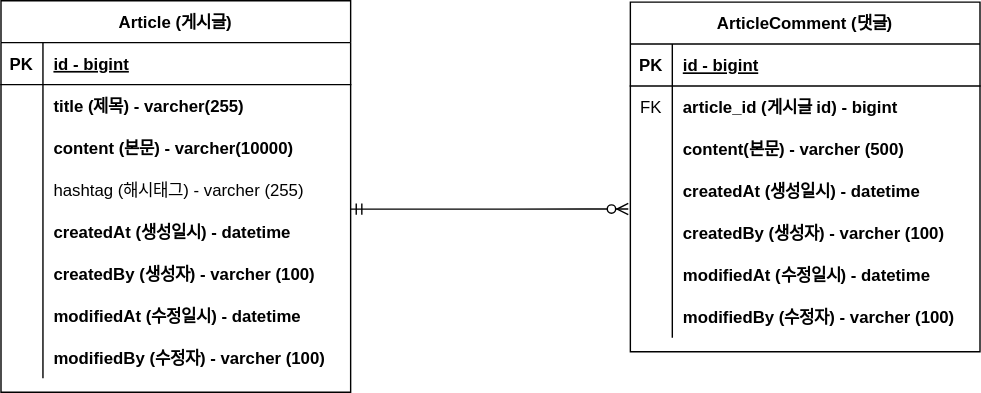
The draw.io diagram document/project-board-erd.svg in dooyong2/solo-project-board, before a commit. Source tidied: cells renumbered, new cells last; positions are measured from the earlier drawing's top-left corner, leaving out a move shared by most shapes.
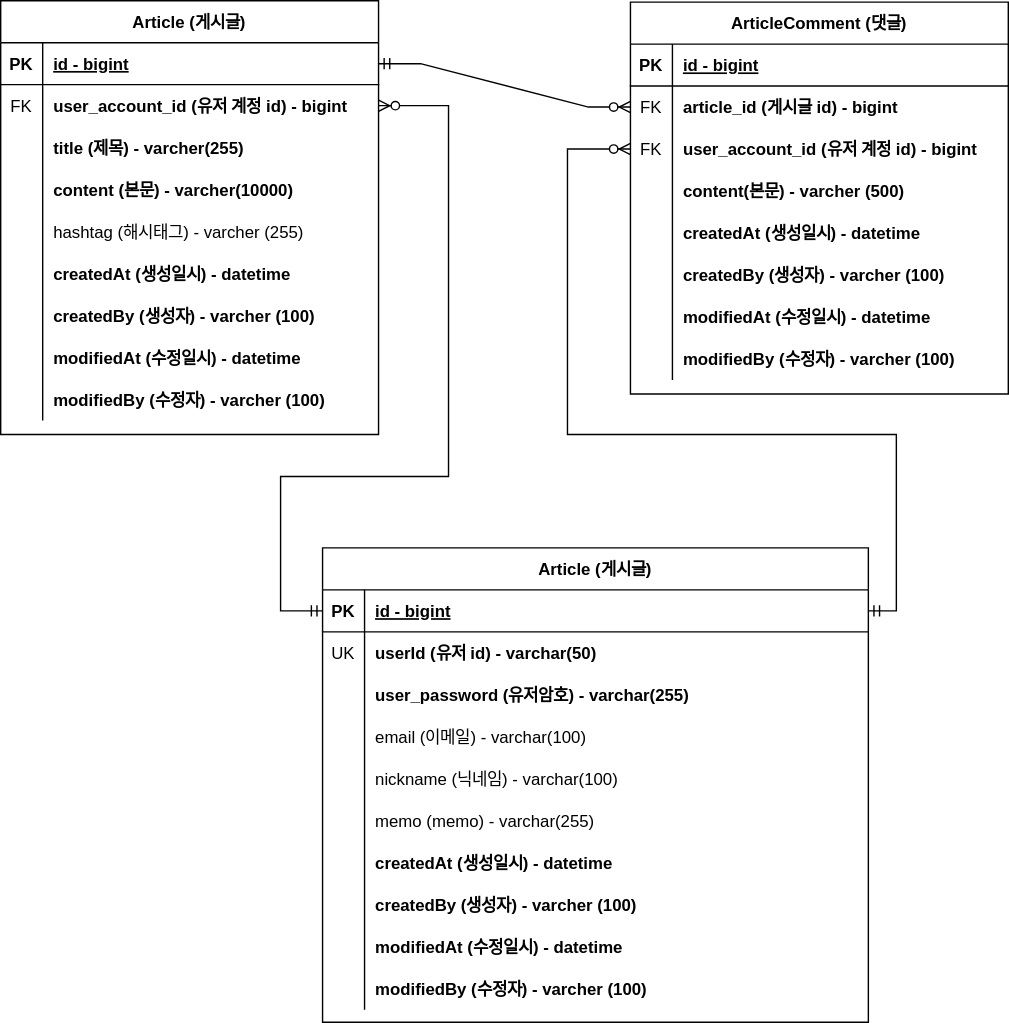
After the change.

The edit, as a diff of the source:
```diff
@@ -5,6 +5,6 @@
     <mxCell id="2" value="Article (게시글)" style="shape=table;startSize=30;rowLines=0;fontStyle=1;align=center;" parent="1" vertex="1">
-      <mxGeometry width="250" height="280" as="geometry" />
+      <mxGeometry width="270" height="310" as="geometry" />
     </mxCell>
     <mxCell id="3" style="shape=partialRectangle;fillColor=none;points=[[0,0.5],[1,0.5]];portConstraint=eastwest;top=0;left=0;right=0;bottom=1;" parent="2" vertex="1">
-      <mxGeometry y="30" width="250" height="30" as="geometry" />
+      <mxGeometry y="30" width="270" height="30" as="geometry" />
     </mxCell>
@@ -14,15 +14,24 @@
     <mxCell id="5" value="id - bigint" style="shape=partialRectangle;overflow=hidden;fillColor=none;top=0;left=0;bottom=0;right=0;align=left;spacingLeft=6;fontStyle=5;" parent="3" vertex="1">
-      <mxGeometry x="30" width="220" height="30" as="geometry" />
+      <mxGeometry x="30" width="240" height="30" as="geometry" />
     </mxCell>
     <mxCell id="6" style="shape=partialRectangle;fillColor=none;points=[[0,0.5],[1,0.5]];portConstraint=eastwest;top=0;left=0;right=0;bottom=0;" parent="2" vertex="1">
-      <mxGeometry y="60" width="250" height="30" as="geometry" />
+      <mxGeometry y="60" width="270" height="30" as="geometry" />
     </mxCell>
-    <mxCell id="7" style="shape=partialRectangle;overflow=hidden;fillColor=none;top=0;left=0;bottom=0;right=0;" parent="6" vertex="1">
+    <mxCell id="7" value="FK" style="shape=partialRectangle;overflow=hidden;fillColor=none;top=0;left=0;bottom=0;right=0;" parent="6" vertex="1">
       <mxGeometry width="30" height="30" as="geometry" />
     </mxCell>
-    <mxCell id="8" value="title (제목) - varcher(255)" style="shape=partialRectangle;overflow=hidden;fillColor=none;top=0;left=0;bottom=0;right=0;align=left;spacingLeft=6;fontStyle=1;" parent="6" vertex="1">
-      <mxGeometry x="30" width="220" height="30" as="geometry" />
+    <mxCell id="8" value="user_account_id (유저 계정 id) - bigint" style="shape=partialRectangle;overflow=hidden;fillColor=none;top=0;left=0;bottom=0;right=0;align=left;spacingLeft=6;fontStyle=1;" parent="6" vertex="1">
+      <mxGeometry x="30" width="240" height="30" as="geometry" />
     </mxCell>
+    <mxCell id="50" style="shape=partialRectangle;fillColor=none;top=0;left=0;right=0;bottom=0;" parent="2" vertex="1">
+      <mxGeometry y="90" width="270" height="30" as="geometry" />
+    </mxCell>
+    <mxCell id="51" style="shape=partialRectangle;overflow=hidden;fillColor=none;top=0;left=0;bottom=0;right=0;" parent="50" vertex="1">
+      <mxGeometry width="30" height="30" as="geometry" />
+    </mxCell>
+    <mxCell id="52" value="title (제목) - varcher(255)" style="shape=partialRectangle;overflow=hidden;fillColor=none;top=0;left=0;bottom=0;right=0;align=left;spacingLeft=6;fontStyle=1;" parent="50" vertex="1">
+      <mxGeometry x="30" width="240" height="30" as="geometry" />
+    </mxCell>
     <mxCell id="9" style="shape=partialRectangle;fillColor=none;top=0;left=0;right=0;bottom=0;" parent="2" vertex="1">
-      <mxGeometry y="90" width="250" height="30" as="geometry" />
+      <mxGeometry y="120" width="270" height="30" as="geometry" />
     </mxCell>
@@ -32,6 +41,6 @@
     <mxCell id="11" value="content (본문) - varcher(10000)" style="shape=partialRectangle;overflow=hidden;fillColor=none;top=0;left=0;bottom=0;right=0;align=left;spacingLeft=6;fontStyle=1;" parent="9" vertex="1">
-      <mxGeometry x="30" width="220" height="30" as="geometry" />
+      <mxGeometry x="30" width="240" height="30" as="geometry" />
     </mxCell>
     <mxCell id="12" style="shape=partialRectangle;fillColor=none;points=[[0,0.5],[1,0.5]];portConstraint=eastwest;top=0;left=0;right=0;bottom=0;" parent="2" vertex="1">
-      <mxGeometry y="120" width="250" height="30" as="geometry" />
+      <mxGeometry y="150" width="270" height="30" as="geometry" />
     </mxCell>
@@ -41,6 +50,6 @@
     <mxCell id="14" value="hashtag (해시태그) - varcher (255)" style="shape=partialRectangle;overflow=hidden;fillColor=none;top=0;left=0;bottom=0;right=0;align=left;spacingLeft=6;" parent="12" vertex="1">
-      <mxGeometry x="30" width="220" height="30" as="geometry" />
+      <mxGeometry x="30" width="240" height="30" as="geometry" />
     </mxCell>
     <mxCell id="15" style="shape=partialRectangle;fillColor=none;top=0;left=0;right=0;bottom=0;" parent="2" vertex="1">
-      <mxGeometry y="150" width="250" height="30" as="geometry" />
+      <mxGeometry y="180" width="270" height="30" as="geometry" />
     </mxCell>
@@ -50,6 +59,6 @@
     <mxCell id="17" value="createdAt (생성일시) - datetime " style="shape=partialRectangle;overflow=hidden;fillColor=none;top=0;left=0;bottom=0;right=0;align=left;spacingLeft=6;fontStyle=1;" parent="15" vertex="1">
-      <mxGeometry x="30" width="220" height="30" as="geometry" />
+      <mxGeometry x="30" width="240" height="30" as="geometry" />
     </mxCell>
     <mxCell id="18" style="shape=partialRectangle;fillColor=none;top=0;left=0;right=0;bottom=0;" parent="2" vertex="1">
-      <mxGeometry y="180" width="250" height="30" as="geometry" />
+      <mxGeometry y="210" width="270" height="30" as="geometry" />
     </mxCell>
@@ -59,6 +68,6 @@
     <mxCell id="20" value="createdBy (생성자) - varcher (100)" style="shape=partialRectangle;overflow=hidden;fillColor=none;top=0;left=0;bottom=0;right=0;align=left;spacingLeft=6;fontStyle=1;" parent="18" vertex="1">
-      <mxGeometry x="30" width="220" height="30" as="geometry" />
+      <mxGeometry x="30" width="240" height="30" as="geometry" />
     </mxCell>
     <mxCell id="21" style="shape=partialRectangle;fillColor=none;top=0;left=0;right=0;bottom=0;" parent="2" vertex="1">
-      <mxGeometry y="210" width="250" height="30" as="geometry" />
+      <mxGeometry y="240" width="270" height="30" as="geometry" />
     </mxCell>
@@ -68,6 +77,6 @@
     <mxCell id="23" value="modifiedAt (수정일시) - datetime" style="shape=partialRectangle;overflow=hidden;fillColor=none;top=0;left=0;bottom=0;right=0;align=left;spacingLeft=6;fontStyle=1;" parent="21" vertex="1">
-      <mxGeometry x="30" width="220" height="30" as="geometry" />
+      <mxGeometry x="30" width="240" height="30" as="geometry" />
     </mxCell>
     <mxCell id="24" style="shape=partialRectangle;fillColor=none;top=0;left=0;right=0;bottom=0;" parent="2" vertex="1">
-      <mxGeometry y="240" width="250" height="30" as="geometry" />
+      <mxGeometry y="270" width="270" height="30" as="geometry" />
     </mxCell>
@@ -77,9 +86,9 @@
     <mxCell id="26" value="modifiedBy (수정자) - varcher (100)" style="shape=partialRectangle;overflow=hidden;fillColor=none;top=0;left=0;bottom=0;right=0;align=left;spacingLeft=6;fontStyle=1;" parent="24" vertex="1">
-      <mxGeometry x="30" width="220" height="30" as="geometry" />
+      <mxGeometry x="30" width="240" height="30" as="geometry" />
     </mxCell>
     <mxCell id="27" value="ArticleComment (댓글)" style="shape=table;startSize=30;rowLines=0;fontStyle=1;align=center;" parent="1" vertex="1">
-      <mxGeometry x="450" y="1" width="250" height="250" as="geometry" />
+      <mxGeometry x="450" y="1" width="270" height="280" as="geometry" />
     </mxCell>
     <mxCell id="28" style="shape=partialRectangle;fillColor=none;top=0;left=0;right=0;bottom=1;" parent="27" vertex="1">
-      <mxGeometry y="30" width="250" height="30" as="geometry" />
+      <mxGeometry y="30" width="270" height="30" as="geometry" />
     </mxCell>
@@ -89,6 +98,6 @@
     <mxCell id="30" value="id - bigint" style="shape=partialRectangle;overflow=hidden;fillColor=none;top=0;left=0;bottom=0;right=0;align=left;spacingLeft=6;fontStyle=5;" parent="28" vertex="1">
-      <mxGeometry x="30" width="220" height="30" as="geometry" />
+      <mxGeometry x="30" width="240" height="30" as="geometry" />
     </mxCell>
     <mxCell id="31" style="shape=partialRectangle;fillColor=none;points=[[0,0.5],[1,0.5]];portConstraint=eastwest;top=0;left=0;right=0;bottom=0;" parent="27" vertex="1">
-      <mxGeometry y="60" width="250" height="30" as="geometry" />
+      <mxGeometry y="60" width="270" height="30" as="geometry" />
     </mxCell>
@@ -98,6 +107,15 @@
     <mxCell id="33" value="article_id (게시글 id) - bigint" style="shape=partialRectangle;overflow=hidden;fillColor=none;top=0;left=0;bottom=0;right=0;align=left;spacingLeft=6;fontStyle=1;" parent="31" vertex="1">
-      <mxGeometry x="30" width="220" height="30" as="geometry" />
+      <mxGeometry x="30" width="240" height="30" as="geometry" />
     </mxCell>
+    <mxCell id="53" style="shape=partialRectangle;fillColor=none;points=[[0,0.5],[1,0.5]];portConstraint=eastwest;top=0;left=0;right=0;bottom=0;" parent="27" vertex="1">
+      <mxGeometry y="90" width="270" height="30" as="geometry" />
+    </mxCell>
+    <mxCell id="54" value="FK" style="shape=partialRectangle;overflow=hidden;fillColor=none;top=0;left=0;bottom=0;right=0;" parent="53" vertex="1">
+      <mxGeometry width="30" height="30" as="geometry" />
+    </mxCell>
+    <mxCell id="55" value="user_account_id (유저 계정 id) - bigint" style="shape=partialRectangle;overflow=hidden;fillColor=none;top=0;left=0;bottom=0;right=0;align=left;spacingLeft=6;fontStyle=1;" parent="53" vertex="1">
+      <mxGeometry x="30" width="240" height="30" as="geometry" />
+    </mxCell>
     <mxCell id="34" style="shape=partialRectangle;fillColor=none;top=0;left=0;right=0;bottom=0;" parent="27" vertex="1">
-      <mxGeometry y="90" width="250" height="30" as="geometry" />
+      <mxGeometry y="120" width="270" height="30" as="geometry" />
     </mxCell>
@@ -107,6 +125,6 @@
     <mxCell id="36" value="content(본문) - varcher (500)" style="shape=partialRectangle;overflow=hidden;fillColor=none;top=0;left=0;bottom=0;right=0;align=left;spacingLeft=6;fontStyle=1;" parent="34" vertex="1">
-      <mxGeometry x="30" width="220" height="30" as="geometry" />
+      <mxGeometry x="30" width="240" height="30" as="geometry" />
     </mxCell>
     <mxCell id="37" style="shape=partialRectangle;fillColor=none;points=[[0,0.5],[1,0.5]];portConstraint=eastwest;top=0;left=0;right=0;bottom=0;" parent="27" vertex="1">
-      <mxGeometry y="120" width="250" height="30" as="geometry" />
+      <mxGeometry y="150" width="270" height="30" as="geometry" />
     </mxCell>
@@ -116,6 +134,6 @@
     <mxCell id="39" value="createdAt (생성일시) - datetime" style="shape=partialRectangle;overflow=hidden;fillColor=none;top=0;left=0;bottom=0;right=0;align=left;spacingLeft=6;fontStyle=1;" parent="37" vertex="1">
-      <mxGeometry x="30" width="220" height="30" as="geometry" />
+      <mxGeometry x="30" width="240" height="30" as="geometry" />
     </mxCell>
     <mxCell id="40" style="shape=partialRectangle;fillColor=none;top=0;left=0;right=0;bottom=0;" parent="27" vertex="1">
-      <mxGeometry y="150" width="250" height="30" as="geometry" />
+      <mxGeometry y="180" width="270" height="30" as="geometry" />
     </mxCell>
@@ -125,6 +143,6 @@
     <mxCell id="42" value="createdBy (생성자) - varcher (100)" style="shape=partialRectangle;overflow=hidden;fillColor=none;top=0;left=0;bottom=0;right=0;align=left;spacingLeft=6;fontStyle=1;" parent="40" vertex="1">
-      <mxGeometry x="30" width="220" height="30" as="geometry" />
+      <mxGeometry x="30" width="240" height="30" as="geometry" />
     </mxCell>
     <mxCell id="43" style="shape=partialRectangle;fillColor=none;top=0;left=0;right=0;bottom=0;" parent="27" vertex="1">
-      <mxGeometry y="180" width="250" height="30" as="geometry" />
+      <mxGeometry y="210" width="270" height="30" as="geometry" />
     </mxCell>
@@ -134,6 +152,6 @@
     <mxCell id="45" value="modifiedAt (수정일시) - datetime" style="shape=partialRectangle;overflow=hidden;fillColor=none;top=0;left=0;bottom=0;right=0;align=left;spacingLeft=6;fontStyle=1;" parent="43" vertex="1">
-      <mxGeometry x="30" width="220" height="30" as="geometry" />
+      <mxGeometry x="30" width="240" height="30" as="geometry" />
     </mxCell>
     <mxCell id="46" style="shape=partialRectangle;fillColor=none;top=0;left=0;right=0;bottom=0;" parent="27" vertex="1">
-      <mxGeometry y="210" width="250" height="30" as="geometry" />
+      <mxGeometry y="240" width="270" height="30" as="geometry" />
     </mxCell>
@@ -143,7 +161,120 @@
     <mxCell id="48" value="modifiedBy (수정자) - varcher (100)" style="shape=partialRectangle;overflow=hidden;fillColor=none;top=0;left=0;bottom=0;right=0;align=left;spacingLeft=6;fontStyle=1;" parent="46" vertex="1">
-      <mxGeometry x="30" width="220" height="30" as="geometry" />
+      <mxGeometry x="30" width="240" height="30" as="geometry" />
     </mxCell>
-    <mxCell id="49" style="edgeStyle=entityRelationEdgeStyle;fontSize=12;html=1;endArrow=ERzeroToMany;startArrow=ERmandOne;rounded=0;exitX=1;exitY=0.967;exitDx=0;exitDy=0;exitPerimeter=0;entryX=-0.006;entryY=0.933;entryDx=0;entryDy=0;entryPerimeter=0;" parent="1" edge="1" source="12" target="37">
+    <mxCell id="49" style="edgeStyle=entityRelationEdgeStyle;fontSize=12;html=1;endArrow=ERzeroToMany;startArrow=ERmandOne;rounded=0;exitX=1;exitY=0.5;exitDx=0;exitDy=0;entryX=0;entryY=0.5;entryDx=0;entryDy=0;" parent="1" edge="1" source="3" target="31">
       <mxGeometry relative="1" as="geometry" />
     </mxCell>
+    <mxCell id="56" value="Article (게시글)" style="shape=table;startSize=30;rowLines=0;fontStyle=1;align=center;" parent="1" vertex="1">
+      <mxGeometry x="230" y="391" width="390" height="339" as="geometry" />
+    </mxCell>
+    <mxCell id="57" style="shape=partialRectangle;fillColor=none;points=[[0,0.5],[1,0.5]];portConstraint=eastwest;top=0;left=0;right=0;bottom=1;" parent="56" vertex="1">
+      <mxGeometry y="30" width="390" height="30" as="geometry" />
+    </mxCell>
+    <mxCell id="58" value="PK" style="shape=partialRectangle;overflow=hidden;fillColor=none;top=0;left=0;bottom=0;right=0;fontStyle=1;" parent="57" vertex="1">
+      <mxGeometry width="30" height="30" as="geometry" />
+    </mxCell>
+    <mxCell id="59" value="id - bigint" style="shape=partialRectangle;overflow=hidden;fillColor=none;top=0;left=0;bottom=0;right=0;align=left;spacingLeft=6;fontStyle=5;" parent="57" vertex="1">
+      <mxGeometry x="30" width="360" height="30" as="geometry" />
+    </mxCell>
+    <mxCell id="60" style="shape=partialRectangle;fillColor=none;top=0;left=0;right=0;bottom=0;" parent="56" vertex="1">
+      <mxGeometry y="60" width="390" height="30" as="geometry" />
+    </mxCell>
+    <mxCell id="61" value="UK" style="shape=partialRectangle;overflow=hidden;fillColor=none;top=0;left=0;bottom=0;right=0;" parent="60" vertex="1">
+      <mxGeometry width="30" height="30" as="geometry" />
+    </mxCell>
+    <mxCell id="62" value="userId (유저 id) - varchar(50) " style="shape=partialRectangle;overflow=hidden;fillColor=none;top=0;left=0;bottom=0;right=0;align=left;spacingLeft=6;fontStyle=1;" parent="60" vertex="1">
+      <mxGeometry x="30" width="360" height="30" as="geometry" />
+    </mxCell>
+    <mxCell id="63" style="shape=partialRectangle;fillColor=none;top=0;left=0;right=0;bottom=0;" parent="56" vertex="1">
+      <mxGeometry y="90" width="390" height="30" as="geometry" />
+    </mxCell>
+    <mxCell id="64" style="shape=partialRectangle;overflow=hidden;fillColor=none;top=0;left=0;bottom=0;right=0;" parent="63" vertex="1">
+      <mxGeometry width="30" height="30" as="geometry" />
+    </mxCell>
+    <mxCell id="65" value="user_password (유저암호) - varchar(255)" style="shape=partialRectangle;overflow=hidden;fillColor=none;top=0;left=0;bottom=0;right=0;align=left;spacingLeft=6;fontStyle=1;" parent="63" vertex="1">
+      <mxGeometry x="30" width="360" height="30" as="geometry" />
+    </mxCell>
+    <mxCell id="66" style="shape=partialRectangle;fillColor=none;top=0;left=0;right=0;bottom=0;" parent="56" vertex="1">
+      <mxGeometry y="120" width="390" height="30" as="geometry" />
+    </mxCell>
+    <mxCell id="67" style="shape=partialRectangle;overflow=hidden;fillColor=none;top=0;left=0;bottom=0;right=0;" parent="66" vertex="1">
+      <mxGeometry width="30" height="30" as="geometry" />
+    </mxCell>
+    <mxCell id="68" value="email (이메일) - varchar(100)" style="shape=partialRectangle;overflow=hidden;fillColor=none;top=0;left=0;bottom=0;right=0;align=left;spacingLeft=6;" parent="66" vertex="1">
+      <mxGeometry x="30" width="360" height="30" as="geometry" />
+    </mxCell>
+    <mxCell id="69" style="shape=partialRectangle;fillColor=none;top=0;left=0;right=0;bottom=0;" parent="56" vertex="1">
+      <mxGeometry y="150" width="390" height="30" as="geometry" />
+    </mxCell>
+    <mxCell id="70" style="shape=partialRectangle;overflow=hidden;fillColor=none;top=0;left=0;bottom=0;right=0;" parent="69" vertex="1">
+      <mxGeometry width="30" height="30" as="geometry" />
+    </mxCell>
+    <mxCell id="71" value="nickname (닉네임) - varchar(100)" style="shape=partialRectangle;overflow=hidden;fillColor=none;top=0;left=0;bottom=0;right=0;align=left;spacingLeft=6;" parent="69" vertex="1">
+      <mxGeometry x="30" width="360" height="30" as="geometry" />
+    </mxCell>
+    <mxCell id="72" style="shape=partialRectangle;fillColor=none;top=0;left=0;right=0;bottom=0;" parent="56" vertex="1">
+      <mxGeometry y="180" width="390" height="30" as="geometry" />
+    </mxCell>
+    <mxCell id="73" style="shape=partialRectangle;overflow=hidden;fillColor=none;top=0;left=0;bottom=0;right=0;" parent="72" vertex="1">
+      <mxGeometry width="30" height="30" as="geometry" />
+    </mxCell>
+    <mxCell id="74" value="memo (memo) - varchar(255)" style="shape=partialRectangle;overflow=hidden;fillColor=none;top=0;left=0;bottom=0;right=0;align=left;spacingLeft=6;" parent="72" vertex="1">
+      <mxGeometry x="30" width="360" height="30" as="geometry" />
+    </mxCell>
+    <mxCell id="75" style="shape=partialRectangle;fillColor=none;top=0;left=0;right=0;bottom=0;" parent="56" vertex="1">
+      <mxGeometry y="210" width="390" height="30" as="geometry" />
+    </mxCell>
+    <mxCell id="76" value="    " style="shape=partialRectangle;overflow=hidden;fillColor=none;top=0;left=0;bottom=0;right=0;" parent="75" vertex="1">
+      <mxGeometry width="30" height="30" as="geometry" />
+    </mxCell>
+    <mxCell id="77" value="createdAt (생성일시) - datetime " style="shape=partialRectangle;overflow=hidden;fillColor=none;top=0;left=0;bottom=0;right=0;align=left;spacingLeft=6;fontStyle=1;" parent="75" vertex="1">
+      <mxGeometry x="30" width="360" height="30" as="geometry" />
+    </mxCell>
+    <mxCell id="78" style="shape=partialRectangle;fillColor=none;top=0;left=0;right=0;bottom=0;" parent="56" vertex="1">
+      <mxGeometry y="240" width="390" height="30" as="geometry" />
+    </mxCell>
+    <mxCell id="79" style="shape=partialRectangle;overflow=hidden;fillColor=none;top=0;left=0;bottom=0;right=0;" parent="78" vertex="1">
+      <mxGeometry width="30" height="30" as="geometry" />
+    </mxCell>
+    <mxCell id="80" value="createdBy (생성자) - varcher (100)" style="shape=partialRectangle;overflow=hidden;fillColor=none;top=0;left=0;bottom=0;right=0;align=left;spacingLeft=6;fontStyle=1;" parent="78" vertex="1">
+      <mxGeometry x="30" width="360" height="30" as="geometry" />
+    </mxCell>
+    <mxCell id="81" style="shape=partialRectangle;fillColor=none;top=0;left=0;right=0;bottom=0;" parent="56" vertex="1">
+      <mxGeometry y="270" width="390" height="30" as="geometry" />
+    </mxCell>
+    <mxCell id="82" style="shape=partialRectangle;overflow=hidden;fillColor=none;top=0;left=0;bottom=0;right=0;" parent="81" vertex="1">
+      <mxGeometry width="30" height="30" as="geometry" />
+    </mxCell>
+    <mxCell id="83" value="modifiedAt (수정일시) - datetime" style="shape=partialRectangle;overflow=hidden;fillColor=none;top=0;left=0;bottom=0;right=0;align=left;spacingLeft=6;fontStyle=1;" parent="81" vertex="1">
+      <mxGeometry x="30" width="360" height="30" as="geometry" />
+    </mxCell>
+    <mxCell id="84" style="shape=partialRectangle;fillColor=none;top=0;left=0;right=0;bottom=0;" parent="56" vertex="1">
+      <mxGeometry y="300" width="390" height="30" as="geometry" />
+    </mxCell>
+    <mxCell id="85" style="shape=partialRectangle;overflow=hidden;fillColor=none;top=0;left=0;bottom=0;right=0;" parent="84" vertex="1">
+      <mxGeometry width="30" height="30" as="geometry" />
+    </mxCell>
+    <mxCell id="86" value="modifiedBy (수정자) - varcher (100)" style="shape=partialRectangle;overflow=hidden;fillColor=none;top=0;left=0;bottom=0;right=0;align=left;spacingLeft=6;fontStyle=1;" parent="84" vertex="1">
+      <mxGeometry x="30" width="360" height="30" as="geometry" />
+    </mxCell>
+    <mxCell id="87" style="fontSize=12;html=1;endArrow=ERzeroToMany;startArrow=ERmandOne;rounded=0;exitX=1;exitY=0.5;exitDx=0;exitDy=0;entryX=0;entryY=0.5;entryDx=0;entryDy=0;edgeStyle=orthogonalEdgeStyle;" parent="1" edge="1" source="57" target="53">
+      <mxGeometry relative="1" as="geometry">
+        <Array as="points">
+          <mxPoint x="640" y="436" />
+          <mxPoint x="640" y="310" />
+          <mxPoint x="405" y="310" />
+          <mxPoint x="405" y="106" />
+        </Array>
+      </mxGeometry>
+    </mxCell>
+    <mxCell id="88" style="fontSize=12;html=1;endArrow=ERzeroToMany;startArrow=ERmandOne;rounded=0;exitX=0;exitY=0.5;exitDx=0;exitDy=0;entryX=1;entryY=0.5;entryDx=0;entryDy=0;edgeStyle=orthogonalEdgeStyle;" parent="1" edge="1" source="57" target="6">
+      <mxGeometry relative="1" as="geometry">
+        <Array as="points">
+          <mxPoint x="200" y="436" />
+          <mxPoint x="200" y="340" />
+          <mxPoint x="320" y="340" />
+          <mxPoint x="320" y="75" />
+        </Array>
+      </mxGeometry>
+    </mxCell>
   </root>
```
